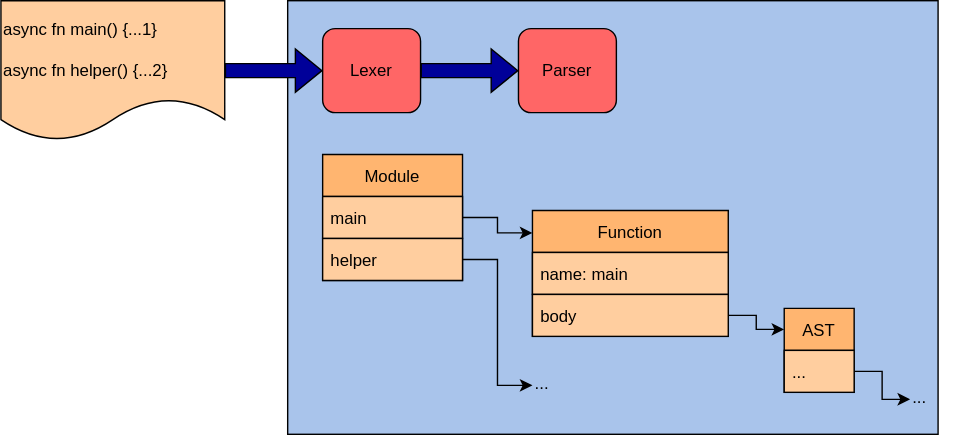
Before: content/images/Salsa-1.drawio.svg, a diagram exported from draw.io (nikomatsakis/plmw-2022). Source tidied: cells renumbered, new cells last; positions are measured from the earlier drawing's top-left corner, leaving out a move shared by most shapes. Source of this version:
```xml
<mxGraphModel>
  <root>
    <mxCell id="0" />
    <mxCell id="1" parent="0" />
    <mxCell id="2" style="rounded=0;whiteSpace=wrap;html=1;fillColor=#A9C4EB;align=center;" parent="1" vertex="1">
      <mxGeometry x="205" width="465" height="310" as="geometry" />
    </mxCell>
    <mxCell id="3" style="edgeStyle=orthogonalEdgeStyle;rounded=0;jettySize=auto;html=1;entryX=0;entryY=0.5;entryDx=0;entryDy=0;shape=flexArrow;fillColor=#000099;" parent="1" edge="1" source="4" target="5">
      <mxGeometry relative="1" as="geometry" />
    </mxCell>
    <mxCell id="4" value="&lt;div align=&quot;left&quot;&gt;async fn main() {...1}&lt;/div&gt;&lt;div align=&quot;left&quot;&gt;&lt;br&gt;&lt;/div&gt;&lt;div align=&quot;left&quot;&gt;async fn helper() {...2}&lt;br&gt;&lt;/div&gt;" style="shape=document;whiteSpace=wrap;html=1;boundedLbl=1;align=left;fillColor=#FFCE9F;" parent="1" vertex="1">
      <mxGeometry width="160" height="100" as="geometry" />
    </mxCell>
    <mxCell id="5" value="Lexer" style="rounded=1;whiteSpace=wrap;html=1;align=center;fillColor=#FF6666;" parent="1" vertex="1">
      <mxGeometry x="230" y="20" width="70" height="60" as="geometry" />
    </mxCell>
    <mxCell id="6" value="Module" style="swimlane;fontStyle=0;horizontal=1;startSize=30;align=center;fillColor=#FFB570;strokeColor=#000000;" parent="1" vertex="1">
      <mxGeometry x="230" y="110" width="100" height="90" as="geometry" />
    </mxCell>
    <mxCell id="7" value="main" style="text;strokeColor=#000000;fillColor=#FFCE9F;align=left;verticalAlign=middle;spacingLeft=4;spacingRight=4;overflow=hidden;points=[[0,0.5],[1,0.5]];portConstraint=eastwest;" parent="6" vertex="1">
      <mxGeometry y="30" width="100" height="30" as="geometry" />
    </mxCell>
    <mxCell id="8" value="helper" style="text;strokeColor=#000000;fillColor=#FFCE9F;align=left;verticalAlign=middle;spacingLeft=4;spacingRight=4;overflow=hidden;points=[[0,0.5],[1,0.5]];portConstraint=eastwest;" parent="6" vertex="1">
      <mxGeometry y="60" width="100" height="30" as="geometry" />
    </mxCell>
    <mxCell id="9" value="Function" style="swimlane;fontStyle=0;horizontal=1;startSize=30;align=center;strokeColor=#000000;fillColor=#FFB570;" parent="1" vertex="1">
      <mxGeometry x="380" y="150" width="140" height="90" as="geometry" />
    </mxCell>
    <mxCell id="10" value="name: main" style="text;strokeColor=#000000;fillColor=#FFCE9F;align=left;verticalAlign=middle;spacingLeft=4;spacingRight=4;overflow=hidden;" parent="9" vertex="1">
      <mxGeometry y="30" width="140" height="30" as="geometry" />
    </mxCell>
    <mxCell id="11" value="body" style="text;strokeColor=#000000;fillColor=#FFCE9F;align=left;verticalAlign=middle;spacingLeft=4;spacingRight=4;overflow=hidden;points=[[0,0.5],[1,0.5]];portConstraint=eastwest;" parent="9" vertex="1">
      <mxGeometry y="60" width="140" height="30" as="geometry" />
    </mxCell>
    <mxCell id="12" style="edgeStyle=orthogonalEdgeStyle;rounded=0;jettySize=auto;html=1;entryX=0;entryY=0.178;entryDx=0;entryDy=0;entryPerimeter=0;" parent="1" edge="1" source="7" target="9">
      <mxGeometry relative="1" as="geometry" />
    </mxCell>
    <mxCell id="13" value="AST" style="swimlane;fontStyle=0;horizontal=1;startSize=30;align=center;fillColor=#FFB570;strokeColor=#000000;" parent="1" vertex="1">
      <mxGeometry x="560" y="220" width="50" height="60" as="geometry" />
    </mxCell>
    <mxCell id="14" value="..." style="text;strokeColor=#000000;fillColor=#FFCE9F;align=left;verticalAlign=middle;spacingLeft=4;spacingRight=4;overflow=hidden;points=[[0,0.5],[1,0.5]];portConstraint=eastwest;" parent="13" vertex="1">
      <mxGeometry y="30" width="50" height="30" as="geometry" />
    </mxCell>
    <mxCell id="15" style="edgeStyle=orthogonalEdgeStyle;rounded=0;jettySize=auto;html=1;exitX=1;exitY=0.5;exitDx=0;exitDy=0;entryX=0;entryY=0.25;entryDx=0;entryDy=0;" parent="1" edge="1" source="11" target="13">
      <mxGeometry relative="1" as="geometry" />
    </mxCell>
    <mxCell id="16" value="..." style="text;whiteSpace=wrap;html=1;" parent="1" vertex="1">
      <mxGeometry x="650" y="270" width="40" height="30" as="geometry" />
    </mxCell>
    <mxCell id="17" style="edgeStyle=orthogonalEdgeStyle;rounded=0;jettySize=auto;html=1;entryX=0;entryY=0.5;entryDx=0;entryDy=0;" parent="1" edge="1" source="14" target="16">
      <mxGeometry relative="1" as="geometry" />
    </mxCell>
    <mxCell id="18" value="..." style="text;whiteSpace=wrap;html=1;" parent="1" vertex="1">
      <mxGeometry x="380" y="260" width="40" height="30" as="geometry" />
    </mxCell>
    <mxCell id="19" style="edgeStyle=orthogonalEdgeStyle;rounded=0;jettySize=auto;html=1;entryX=0;entryY=0.5;entryDx=0;entryDy=0;" parent="1" edge="1" source="8" target="18">
      <mxGeometry relative="1" as="geometry" />
    </mxCell>
    <mxCell id="20" value="&lt;div align=&quot;center&quot;&gt;Parser&lt;/div&gt;" style="rounded=1;whiteSpace=wrap;html=1;align=center;fillColor=#FF6666;" parent="1" vertex="1">
      <mxGeometry x="370" y="20" width="70" height="60" as="geometry" />
    </mxCell>
    <mxCell id="21" style="edgeStyle=orthogonalEdgeStyle;rounded=0;jettySize=auto;html=1;entryX=0;entryY=0.5;entryDx=0;entryDy=0;shape=flexArrow;fillColor=#000099;" parent="1" edge="1" target="20">
      <mxGeometry relative="1" as="geometry">
        <mxPoint x="300" y="50" as="sourcePoint" />
      </mxGeometry>
    </mxCell>
  </root>
</mxGraphModel>
```
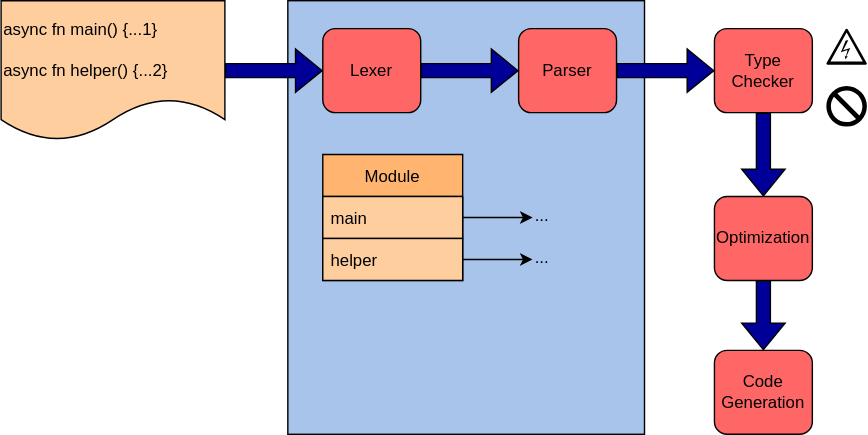
Later version of the same file.

Change to the diagram source:
```diff
@@ -3,7 +3,7 @@
     <mxCell id="0" />
     <mxCell id="1" parent="0" />
     <mxCell id="2" style="rounded=0;whiteSpace=wrap;html=1;fillColor=#A9C4EB;align=center;" parent="1" vertex="1">
-      <mxGeometry x="205" width="465" height="310" as="geometry" />
+      <mxGeometry x="205" width="255" height="310" as="geometry" />
     </mxCell>
     <mxCell id="3" style="edgeStyle=orthogonalEdgeStyle;rounded=0;jettySize=auto;html=1;entryX=0;entryY=0.5;entryDx=0;entryDy=0;shape=flexArrow;fillColor=#000099;" parent="1" edge="1" source="4" target="5">
       <mxGeometry relative="1" as="geometry" />
@@ -23,35 +23,11 @@
     <mxCell id="8" value="helper" style="text;strokeColor=#000000;fillColor=#FFCE9F;align=left;verticalAlign=middle;spacingLeft=4;spacingRight=4;overflow=hidden;points=[[0,0.5],[1,0.5]];portConstraint=eastwest;" parent="6" vertex="1">
       <mxGeometry y="60" width="100" height="30" as="geometry" />
     </mxCell>
-    <mxCell id="9" value="Function" style="swimlane;fontStyle=0;horizontal=1;startSize=30;align=center;strokeColor=#000000;fillColor=#FFB570;" parent="1" vertex="1">
-      <mxGeometry x="380" y="150" width="140" height="90" as="geometry" />
-    </mxCell>
-    <mxCell id="10" value="name: main" style="text;strokeColor=#000000;fillColor=#FFCE9F;align=left;verticalAlign=middle;spacingLeft=4;spacingRight=4;overflow=hidden;" parent="9" vertex="1">
-      <mxGeometry y="30" width="140" height="30" as="geometry" />
-    </mxCell>
-    <mxCell id="11" value="body" style="text;strokeColor=#000000;fillColor=#FFCE9F;align=left;verticalAlign=middle;spacingLeft=4;spacingRight=4;overflow=hidden;points=[[0,0.5],[1,0.5]];portConstraint=eastwest;" parent="9" vertex="1">
-      <mxGeometry y="60" width="140" height="30" as="geometry" />
-    </mxCell>
-    <mxCell id="12" style="edgeStyle=orthogonalEdgeStyle;rounded=0;jettySize=auto;html=1;entryX=0;entryY=0.178;entryDx=0;entryDy=0;entryPerimeter=0;" parent="1" edge="1" source="7" target="9">
+    <mxCell id="12" style="edgeStyle=orthogonalEdgeStyle;rounded=0;jettySize=auto;html=1;entryX=0;entryY=0.5;entryDx=0;entryDy=0;" parent="1" edge="1" source="7" target="16">
       <mxGeometry relative="1" as="geometry" />
     </mxCell>
-    <mxCell id="13" value="AST" style="swimlane;fontStyle=0;horizontal=1;startSize=30;align=center;fillColor=#FFB570;strokeColor=#000000;" parent="1" vertex="1">
-      <mxGeometry x="560" y="220" width="50" height="60" as="geometry" />
-    </mxCell>
-    <mxCell id="14" value="..." style="text;strokeColor=#000000;fillColor=#FFCE9F;align=left;verticalAlign=middle;spacingLeft=4;spacingRight=4;overflow=hidden;points=[[0,0.5],[1,0.5]];portConstraint=eastwest;" parent="13" vertex="1">
-      <mxGeometry y="30" width="50" height="30" as="geometry" />
-    </mxCell>
-    <mxCell id="15" style="edgeStyle=orthogonalEdgeStyle;rounded=0;jettySize=auto;html=1;exitX=1;exitY=0.5;exitDx=0;exitDy=0;entryX=0;entryY=0.25;entryDx=0;entryDy=0;" parent="1" edge="1" source="11" target="13">
-      <mxGeometry relative="1" as="geometry" />
-    </mxCell>
-    <mxCell id="16" value="..." style="text;whiteSpace=wrap;html=1;" parent="1" vertex="1">
-      <mxGeometry x="650" y="270" width="40" height="30" as="geometry" />
-    </mxCell>
-    <mxCell id="17" style="edgeStyle=orthogonalEdgeStyle;rounded=0;jettySize=auto;html=1;entryX=0;entryY=0.5;entryDx=0;entryDy=0;" parent="1" edge="1" source="14" target="16">
-      <mxGeometry relative="1" as="geometry" />
-    </mxCell>
     <mxCell id="18" value="..." style="text;whiteSpace=wrap;html=1;" parent="1" vertex="1">
-      <mxGeometry x="380" y="260" width="40" height="30" as="geometry" />
+      <mxGeometry x="380" y="170" width="40" height="30" as="geometry" />
     </mxCell>
     <mxCell id="19" style="edgeStyle=orthogonalEdgeStyle;rounded=0;jettySize=auto;html=1;entryX=0;entryY=0.5;entryDx=0;entryDy=0;" parent="1" edge="1" source="8" target="18">
       <mxGeometry relative="1" as="geometry" />
@@ -64,5 +40,36 @@
         <mxPoint x="300" y="50" as="sourcePoint" />
       </mxGeometry>
     </mxCell>
+    <mxCell id="16" value="..." style="text;whiteSpace=wrap;html=1;" parent="1" vertex="1">
+      <mxGeometry x="380" y="140" width="40" height="30" as="geometry" />
+    </mxCell>
+    <mxCell id="22" value="&lt;div&gt;Type&lt;/div&gt;&lt;div&gt;Checker&lt;br&gt;&lt;/div&gt;" style="rounded=1;whiteSpace=wrap;html=1;align=center;fillColor=#FF6666;" parent="1" vertex="1">
+      <mxGeometry x="510" y="20" width="70" height="60" as="geometry" />
+    </mxCell>
+    <mxCell id="23" style="edgeStyle=orthogonalEdgeStyle;rounded=0;jettySize=auto;html=1;entryX=0;entryY=0.5;entryDx=0;entryDy=0;shape=flexArrow;fillColor=#000099;" parent="1" edge="1" target="22">
+      <mxGeometry relative="1" as="geometry">
+        <mxPoint x="440" y="50" as="sourcePoint" />
+      </mxGeometry>
+    </mxCell>
+    <mxCell id="24" value="Optimization" style="rounded=1;whiteSpace=wrap;html=1;align=center;fillColor=#FF6666;" parent="1" vertex="1">
+      <mxGeometry x="510" y="140" width="70" height="60" as="geometry" />
+    </mxCell>
+    <mxCell id="25" style="shape=mxgraph.signs.safety.no;html=1;fillColor=#000000;strokeColor=none;verticalLabelPosition=bottom;verticalAlign=top;align=center;sketch=0;" parent="1" vertex="1">
+      <mxGeometry x="590" y="61" width="29" height="29" as="geometry" />
+    </mxCell>
+    <mxCell id="26" style="shape=mxgraph.signs.safety.high_voltage_3;html=1;fillColor=#000000;strokeColor=none;verticalLabelPosition=bottom;verticalAlign=top;align=center;sketch=0;" parent="1" vertex="1">
+      <mxGeometry x="590" y="20" width="29" height="25.8" as="geometry" />
+    </mxCell>
+    <mxCell id="27" style="edgeStyle=orthogonalEdgeStyle;rounded=0;jettySize=auto;html=1;shape=flexArrow;fillColor=#000099;exitX=0.5;exitY=1;exitDx=0;exitDy=0;" parent="1" edge="1" source="22" target="24">
+      <mxGeometry relative="1" as="geometry" />
+    </mxCell>
+    <mxCell id="28" value="Code Generation" style="rounded=1;whiteSpace=wrap;html=1;align=center;fillColor=#FF6666;" parent="1" vertex="1">
+      <mxGeometry x="510" y="250" width="70" height="60" as="geometry" />
+    </mxCell>
+    <mxCell id="29" style="edgeStyle=orthogonalEdgeStyle;rounded=0;jettySize=auto;html=1;shape=flexArrow;fillColor=#000099;" parent="1" edge="1" target="28">
+      <mxGeometry relative="1" as="geometry">
+        <mxPoint x="545" y="200" as="sourcePoint" />
+      </mxGeometry>
+    </mxCell>
   </root>
 </mxGraphModel>
```
